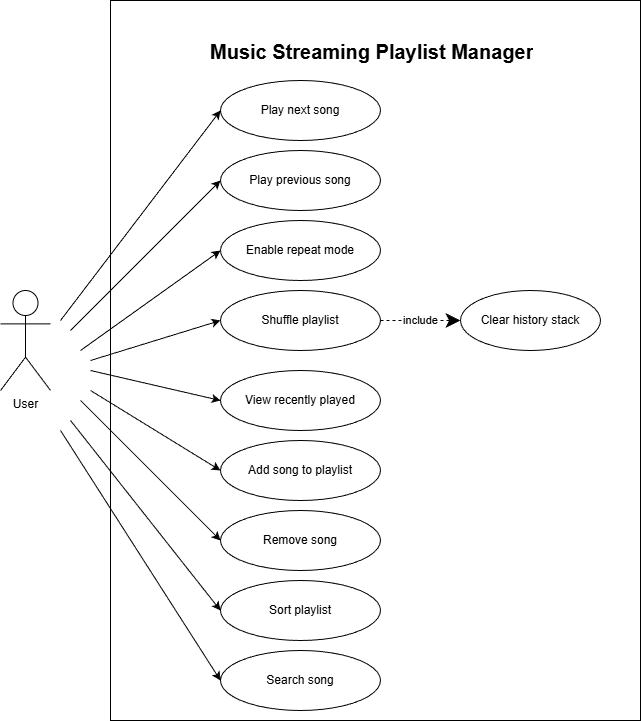
Sand036/MSPM keeps this draw.io diagram as Analysis/Use_Case_Diagram.png. Above is the earlier version. Source tidied: cells renumbered, new cells last; positions are measured from the earlier drawing's top-left corner, leaving out a move shared by most shapes. Its diagram source:
```xml
<mxGraphModel>
  <root>
    <mxCell id="0" />
    <mxCell id="1" parent="0" />
    <mxCell id="2" style="rounded=0;whiteSpace=wrap;html=1;" parent="1" vertex="1">
      <mxGeometry x="110" width="530" height="720" as="geometry" />
    </mxCell>
    <mxCell id="3" value="&lt;h1 style=&quot;margin-top: 0px;&quot;&gt;&lt;font style=&quot;font-size: 20px;&quot;&gt;Music Streaming Playlist Manager&lt;/font&gt;&lt;/h1&gt;" style="text;html=1;whiteSpace=wrap;overflow=hidden;rounded=0;" parent="1" vertex="1">
      <mxGeometry x="207.5" y="30" width="335" height="50" as="geometry" />
    </mxCell>
    <mxCell id="4" value="User" style="shape=umlActor;verticalLabelPosition=bottom;verticalAlign=top;html=1;" parent="1" vertex="1">
      <mxGeometry y="290" width="50" height="100" as="geometry" />
    </mxCell>
    <mxCell id="5" value="Play next song" style="ellipse;whiteSpace=wrap;html=1;" parent="1" vertex="1">
      <mxGeometry x="220" y="80" width="160" height="60" as="geometry" />
    </mxCell>
    <mxCell id="6" value="&lt;div&gt;Play previous song&lt;/div&gt;" style="ellipse;whiteSpace=wrap;html=1;" parent="1" vertex="1">
      <mxGeometry x="220" y="150" width="160" height="60" as="geometry" />
    </mxCell>
    <mxCell id="7" value="Enable repeat mode" style="ellipse;whiteSpace=wrap;html=1;" parent="1" vertex="1">
      <mxGeometry x="220" y="220" width="160" height="60" as="geometry" />
    </mxCell>
    <mxCell id="8" value="Shuffle playlist" style="ellipse;whiteSpace=wrap;html=1;" parent="1" vertex="1">
      <mxGeometry x="220" y="290" width="160" height="60" as="geometry" />
    </mxCell>
    <mxCell id="9" value="&lt;div&gt;&lt;span style=&quot;background-color: transparent; color: light-dark(rgb(0, 0, 0), rgb(255, 255, 255));&quot;&gt;Clear history stack&lt;/span&gt;&lt;/div&gt;" style="ellipse;whiteSpace=wrap;html=1;" parent="1" vertex="1">
      <mxGeometry x="460" y="290" width="140" height="60" as="geometry" />
    </mxCell>
    <mxCell id="10" value="include" style="endArrow=classic;endSize=12;dashed=1;html=1;rounded=0;entryX=0;entryY=0.5;entryDx=0;entryDy=0;endFill=1;exitX=1;exitY=0.5;exitDx=0;exitDy=0;" parent="1" edge="1" source="8" target="9">
      <mxGeometry relative="1" as="geometry" />
    </mxCell>
    <mxCell id="11" value="View recently played" style="ellipse;whiteSpace=wrap;html=1;" parent="1" vertex="1">
      <mxGeometry x="220" y="370" width="160" height="60" as="geometry" />
    </mxCell>
    <mxCell id="12" value="&lt;div&gt;&lt;div&gt;Add song to playlist&lt;/div&gt;&lt;/div&gt;" style="ellipse;whiteSpace=wrap;html=1;" parent="1" vertex="1">
      <mxGeometry x="220" y="440" width="160" height="60" as="geometry" />
    </mxCell>
    <mxCell id="13" value="&lt;div&gt;Remove song&lt;/div&gt;" style="ellipse;whiteSpace=wrap;html=1;" parent="1" vertex="1">
      <mxGeometry x="220" y="510" width="160" height="60" as="geometry" />
    </mxCell>
    <mxCell id="14" value="&lt;div&gt;Sort playlist&lt;/div&gt;" style="ellipse;whiteSpace=wrap;html=1;" parent="1" vertex="1">
      <mxGeometry x="220" y="580" width="160" height="60" as="geometry" />
    </mxCell>
    <mxCell id="15" value="&lt;div&gt;Search song&lt;/div&gt;" style="ellipse;whiteSpace=wrap;html=1;" parent="1" vertex="1">
      <mxGeometry x="220" y="650" width="160" height="60" as="geometry" />
    </mxCell>
    <mxCell id="16" style="endArrow=classic;html=1;rounded=0;entryX=0;entryY=0.5;entryDx=0;entryDy=0;" parent="1" edge="1" target="5">
      <mxGeometry relative="1" as="geometry">
        <mxPoint x="60" y="320" as="sourcePoint" />
      </mxGeometry>
    </mxCell>
    <mxCell id="17" style="endArrow=classic;html=1;rounded=0;entryX=0;entryY=0.5;entryDx=0;entryDy=0;" parent="1" edge="1" target="6">
      <mxGeometry relative="1" as="geometry">
        <mxPoint x="70" y="330" as="sourcePoint" />
      </mxGeometry>
    </mxCell>
    <mxCell id="18" style="endArrow=classic;html=1;rounded=0;entryX=0;entryY=0.5;entryDx=0;entryDy=0;" parent="1" edge="1" target="7">
      <mxGeometry relative="1" as="geometry">
        <mxPoint x="80" y="350" as="sourcePoint" />
      </mxGeometry>
    </mxCell>
    <mxCell id="19" style="endArrow=classic;html=1;rounded=0;entryX=0;entryY=0.5;entryDx=0;entryDy=0;" parent="1" edge="1" target="8">
      <mxGeometry relative="1" as="geometry">
        <mxPoint x="90" y="360" as="sourcePoint" />
      </mxGeometry>
    </mxCell>
    <mxCell id="20" style="endArrow=classic;html=1;rounded=0;entryX=0;entryY=0.5;entryDx=0;entryDy=0;" parent="1" edge="1" target="11">
      <mxGeometry relative="1" as="geometry">
        <mxPoint x="90" y="370" as="sourcePoint" />
      </mxGeometry>
    </mxCell>
    <mxCell id="21" style="endArrow=classic;html=1;rounded=0;entryX=0;entryY=0.5;entryDx=0;entryDy=0;" parent="1" edge="1" target="12">
      <mxGeometry relative="1" as="geometry">
        <mxPoint x="90" y="390" as="sourcePoint" />
      </mxGeometry>
    </mxCell>
    <mxCell id="22" style="endArrow=classic;html=1;rounded=0;entryX=0;entryY=0.5;entryDx=0;entryDy=0;" parent="1" edge="1" target="14">
      <mxGeometry relative="1" as="geometry">
        <mxPoint x="70" y="420" as="sourcePoint" />
      </mxGeometry>
    </mxCell>
    <mxCell id="23" style="endArrow=classic;html=1;rounded=0;entryX=0;entryY=0.5;entryDx=0;entryDy=0;" parent="1" edge="1" target="15">
      <mxGeometry relative="1" as="geometry">
        <mxPoint x="60" y="430" as="sourcePoint" />
      </mxGeometry>
    </mxCell>
    <mxCell id="24" style="endArrow=classic;html=1;rounded=0;entryX=0;entryY=0.5;entryDx=0;entryDy=0;" parent="1" edge="1" target="13">
      <mxGeometry relative="1" as="geometry">
        <mxPoint x="80" y="400" as="sourcePoint" />
      </mxGeometry>
    </mxCell>
  </root>
</mxGraphModel>
```
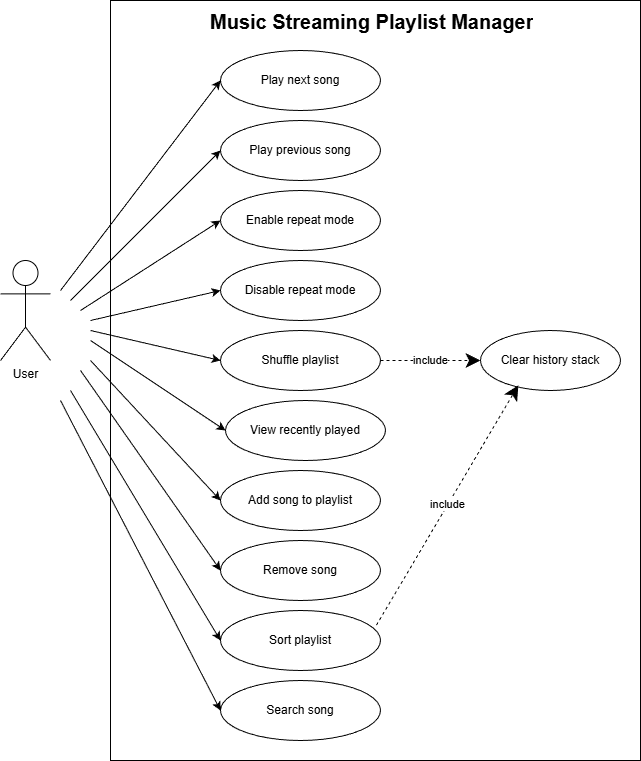
After the commit.

The edit, as a diff of the source:
```diff
@@ -3,7 +3,7 @@
     <mxCell id="0" />
     <mxCell id="1" parent="0" />
     <mxCell id="2" style="rounded=0;whiteSpace=wrap;html=1;" parent="1" vertex="1">
-      <mxGeometry x="110" width="530" height="720" as="geometry" />
+      <mxGeometry x="110" y="30" width="530" height="760" as="geometry" />
     </mxCell>
     <mxCell id="3" value="&lt;h1 style=&quot;margin-top: 0px;&quot;&gt;&lt;font style=&quot;font-size: 20px;&quot;&gt;Music Streaming Playlist Manager&lt;/font&gt;&lt;/h1&gt;" style="text;html=1;whiteSpace=wrap;overflow=hidden;rounded=0;" parent="1" vertex="1">
       <mxGeometry x="207.5" y="30" width="335" height="50" as="geometry" />
@@ -21,28 +21,28 @@
       <mxGeometry x="220" y="220" width="160" height="60" as="geometry" />
     </mxCell>
     <mxCell id="8" value="Shuffle playlist" style="ellipse;whiteSpace=wrap;html=1;" parent="1" vertex="1">
-      <mxGeometry x="220" y="290" width="160" height="60" as="geometry" />
+      <mxGeometry x="220" y="360" width="160" height="60" as="geometry" />
     </mxCell>
     <mxCell id="9" value="&lt;div&gt;&lt;span style=&quot;background-color: transparent; color: light-dark(rgb(0, 0, 0), rgb(255, 255, 255));&quot;&gt;Clear history stack&lt;/span&gt;&lt;/div&gt;" style="ellipse;whiteSpace=wrap;html=1;" parent="1" vertex="1">
-      <mxGeometry x="460" y="290" width="140" height="60" as="geometry" />
+      <mxGeometry x="480" y="360" width="140" height="60" as="geometry" />
     </mxCell>
     <mxCell id="10" value="include" style="endArrow=classic;endSize=12;dashed=1;html=1;rounded=0;entryX=0;entryY=0.5;entryDx=0;entryDy=0;endFill=1;exitX=1;exitY=0.5;exitDx=0;exitDy=0;" parent="1" edge="1" source="8" target="9">
       <mxGeometry relative="1" as="geometry" />
     </mxCell>
     <mxCell id="11" value="View recently played" style="ellipse;whiteSpace=wrap;html=1;" parent="1" vertex="1">
-      <mxGeometry x="220" y="370" width="160" height="60" as="geometry" />
+      <mxGeometry x="225" y="430" width="160" height="60" as="geometry" />
     </mxCell>
     <mxCell id="12" value="&lt;div&gt;&lt;div&gt;Add song to playlist&lt;/div&gt;&lt;/div&gt;" style="ellipse;whiteSpace=wrap;html=1;" parent="1" vertex="1">
-      <mxGeometry x="220" y="440" width="160" height="60" as="geometry" />
+      <mxGeometry x="220" y="500" width="160" height="60" as="geometry" />
     </mxCell>
     <mxCell id="13" value="&lt;div&gt;Remove song&lt;/div&gt;" style="ellipse;whiteSpace=wrap;html=1;" parent="1" vertex="1">
-      <mxGeometry x="220" y="510" width="160" height="60" as="geometry" />
+      <mxGeometry x="220" y="570" width="160" height="60" as="geometry" />
     </mxCell>
     <mxCell id="14" value="&lt;div&gt;Sort playlist&lt;/div&gt;" style="ellipse;whiteSpace=wrap;html=1;" parent="1" vertex="1">
-      <mxGeometry x="220" y="580" width="160" height="60" as="geometry" />
+      <mxGeometry x="220" y="640" width="160" height="60" as="geometry" />
     </mxCell>
     <mxCell id="15" value="&lt;div&gt;Search song&lt;/div&gt;" style="ellipse;whiteSpace=wrap;html=1;" parent="1" vertex="1">
-      <mxGeometry x="220" y="650" width="160" height="60" as="geometry" />
+      <mxGeometry x="220" y="710" width="160" height="60" as="geometry" />
     </mxCell>
     <mxCell id="16" style="endArrow=classic;html=1;rounded=0;entryX=0;entryY=0.5;entryDx=0;entryDy=0;" parent="1" edge="1" target="5">
       <mxGeometry relative="1" as="geometry">
@@ -56,7 +56,7 @@
     </mxCell>
     <mxCell id="18" style="endArrow=classic;html=1;rounded=0;entryX=0;entryY=0.5;entryDx=0;entryDy=0;" parent="1" edge="1" target="7">
       <mxGeometry relative="1" as="geometry">
-        <mxPoint x="80" y="350" as="sourcePoint" />
+        <mxPoint x="80" y="340" as="sourcePoint" />
       </mxGeometry>
     </mxCell>
     <mxCell id="19" style="endArrow=classic;html=1;rounded=0;entryX=0;entryY=0.5;entryDx=0;entryDy=0;" parent="1" edge="1" target="8">
@@ -89,5 +89,16 @@
         <mxPoint x="80" y="400" as="sourcePoint" />
       </mxGeometry>
     </mxCell>
+    <mxCell id="25" value="include" style="endArrow=classic;endSize=12;dashed=1;html=1;rounded=0;entryX=0.27;entryY=0.913;entryDx=0;entryDy=0;endFill=1;exitX=0.975;exitY=0.243;exitDx=0;exitDy=0;exitPerimeter=0;entryPerimeter=0;" parent="1" edge="1" source="14" target="9">
+      <mxGeometry relative="1" as="geometry" />
+    </mxCell>
+    <mxCell id="26" value="Disable repeat mode" style="ellipse;whiteSpace=wrap;html=1;" parent="1" vertex="1">
+      <mxGeometry x="220" y="290" width="160" height="60" as="geometry" />
+    </mxCell>
+    <mxCell id="27" style="endArrow=classic;html=1;rounded=0;entryX=0;entryY=0.5;entryDx=0;entryDy=0;" parent="1" edge="1" target="26">
+      <mxGeometry relative="1" as="geometry">
+        <mxPoint x="90" y="350" as="sourcePoint" />
+      </mxGeometry>
+    </mxCell>
   </root>
 </mxGraphModel>
```
